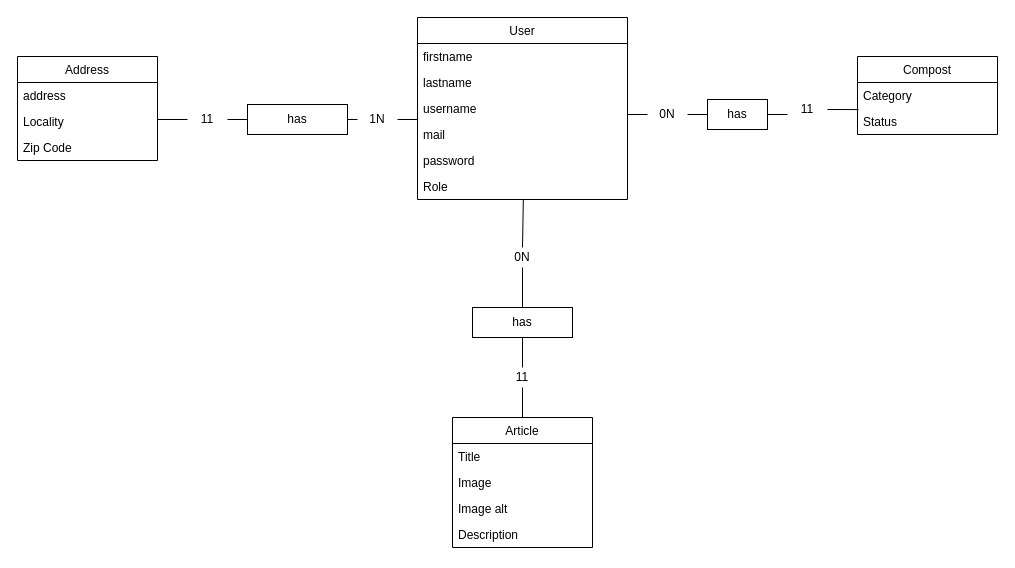
Above: conception/MCD.drawio in PiccilloF/compOstons (draw.io), before the change. Source tidied: cells renumbered, new cells numbered last; positions are measured from the earlier drawing's top-left corner, leaving out a move shared by most shapes. Both pictures are drawn from the tidied source at 100%, with x=0, y=0 at pixel (17, 17).
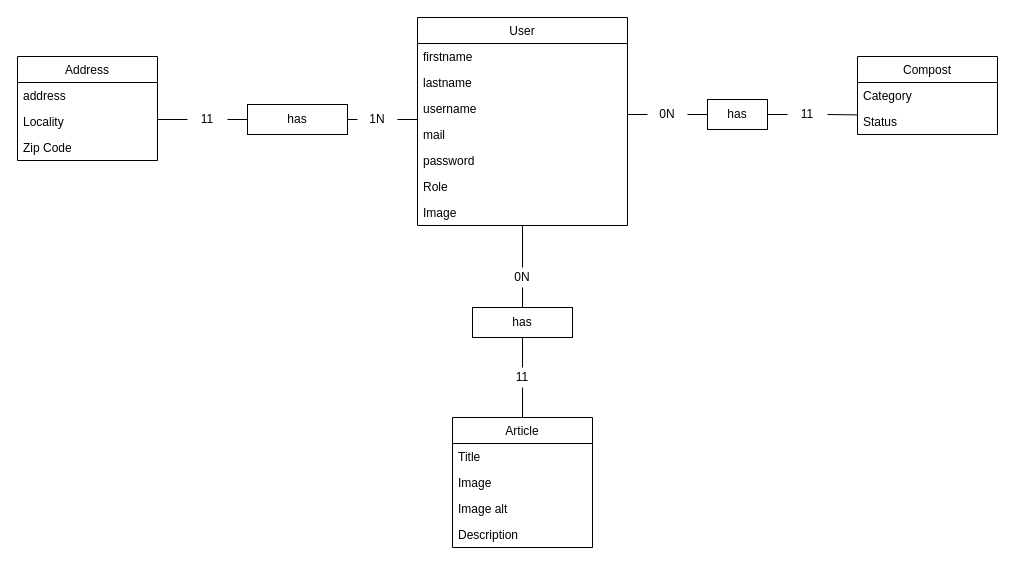
The same page after the edit.

Commit message:
ajout Image user

The change refers to these unchanged cells:
```xml
<mxCell id="8" value="Role" style="text;strokeColor=none;fillColor=none;align=left;verticalAlign=top;spacingLeft=4;spacingRight=4;overflow=hidden;points=[[0,0.5],[1,0.5]];portConstraint=eastwest;" parent="2" vertex="1">
  <mxGeometry y="156" width="210" height="26" as="geometry" />
</mxCell>
<mxCell id="11" value="Status" style="text;strokeColor=none;fillColor=none;align=left;verticalAlign=top;spacingLeft=4;spacingRight=4;overflow=hidden;points=[[0,0.5],[1,0.5]];portConstraint=eastwest;" parent="9" vertex="1">
  <mxGeometry y="52" width="140" height="26" as="geometry" />
</mxCell>
<mxCell id="19" value="has" style="rounded=0;whiteSpace=wrap;html=1;" parent="1" vertex="1">
  <mxGeometry x="690" y="82" width="60" height="30" as="geometry" />
</mxCell>
<mxCell id="35" value="has" style="rounded=0;whiteSpace=wrap;html=1;" parent="1" vertex="1">
  <mxGeometry x="455" y="290" width="100" height="30" as="geometry" />
</mxCell>
```

What changed in the source:
```diff
@@
     <mxCell id="2" value="User" style="swimlane;fontStyle=0;horizontal=1;startSize=26;" parent="1" vertex="1">
-      <mxGeometry x="400" width="210" height="182" as="geometry" />
+      <mxGeometry x="400" width="210" height="208" as="geometry" />
     </mxCell>
@@
+    <mxCell id="42" value="Image" style="text;strokeColor=none;fillColor=none;align=left;verticalAlign=top;spacingLeft=4;spacingRight=4;overflow=hidden;points=[[0,0.5],[1,0.5]];portConstraint=eastwest;" parent="2" vertex="1">
+      <mxGeometry y="182" width="210" height="26" as="geometry" />
+    </mxCell>
@@
-    <mxCell id="21" style="endArrow=none;html=1;exitX=1;exitY=0.5;exitDx=0;exitDy=0;entryX=0.007;entryY=0.042;entryDx=0;entryDy=0;entryPerimeter=0;startArrow=none;" parent="1" edge="1" source="28" target="11">
+    <mxCell id="21" style="endArrow=none;html=1;exitX=1;exitY=0.5;exitDx=0;exitDy=0;startArrow=none;entryX=-0.001;entryY=0.246;entryDx=0;entryDy=0;entryPerimeter=0;" parent="1" edge="1" source="28" target="11">
       <mxGeometry relative="1" as="geometry" />
     </mxCell>
@@
     <mxCell id="28" value="11" style="text;html=1;strokeColor=none;fillColor=none;align=center;verticalAlign=middle;whiteSpace=wrap;rounded=0;" parent="1" vertex="1">
-      <mxGeometry x="770" y="82" width="40" height="20" as="geometry" />
+      <mxGeometry x="770" y="87" width="40" height="20" as="geometry" />
     </mxCell>
-    <mxCell id="29" style="endArrow=none;html=1;exitX=1;exitY=0.5;exitDx=0;exitDy=0;entryX=0;entryY=0.75;entryDx=0;entryDy=0;" parent="1" edge="1" source="19" target="28">
+    <mxCell id="29" style="endArrow=none;html=1;exitX=1;exitY=0.5;exitDx=0;exitDy=0;entryX=0;entryY=0.5;entryDx=0;entryDy=0;" parent="1" edge="1" source="19" target="28">
       <mxGeometry relative="1" as="geometry" />
     </mxCell>
@@
-    <mxCell id="36" style="endArrow=none;html=1;exitX=0.5;exitY=1;exitDx=0;exitDy=0;entryX=0.5;entryY=0;entryDx=0;entryDy=0;startArrow=none;" parent="1" edge="1" source="38" target="35">
+    <mxCell id="36" style="endArrow=none;html=1;entryX=0.5;entryY=0;entryDx=0;entryDy=0;startArrow=none;exitX=0.5;exitY=1;exitDx=0;exitDy=0;" parent="1" edge="1" source="38" target="35">
       <mxGeometry relative="1" as="geometry" />
     </mxCell>
@@
     <mxCell id="38" value="0N" style="text;html=1;strokeColor=none;fillColor=none;align=center;verticalAlign=middle;whiteSpace=wrap;rounded=0;" parent="1" vertex="1">
-      <mxGeometry x="485" y="230" width="40" height="20" as="geometry" />
+      <mxGeometry x="485" y="250" width="40" height="20" as="geometry" />
     </mxCell>
-    <mxCell id="39" style="endArrow=none;html=1;exitX=0.504;exitY=1;exitDx=0;exitDy=0;entryX=0.5;entryY=0;entryDx=0;entryDy=0;exitPerimeter=0;" parent="1" edge="1" source="8" target="38">
+    <mxCell id="39" style="endArrow=none;html=1;entryX=0.5;entryY=0;entryDx=0;entryDy=0;exitX=0.5;exitY=0.992;exitDx=0;exitDy=0;exitPerimeter=0;" parent="1" edge="1" source="42" target="38">
       <mxGeometry relative="1" as="geometry" />
     </mxCell>
```
